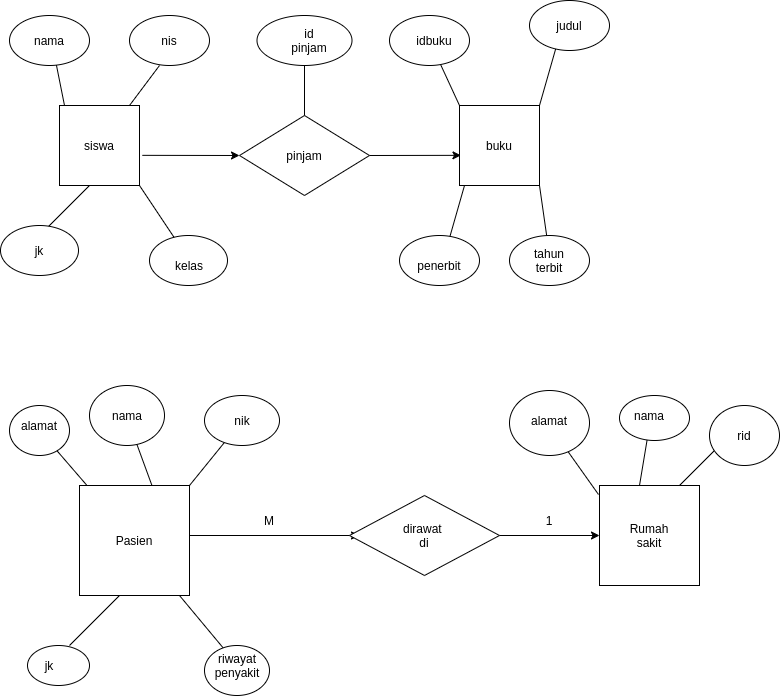
Earlier version of the draw.io export ERD-1to1.png (Bellukchips/basisdata). Source tidied: cells renumbered, new cells last; positions are measured from the earlier drawing's top-left corner, leaving out a move shared by most shapes.
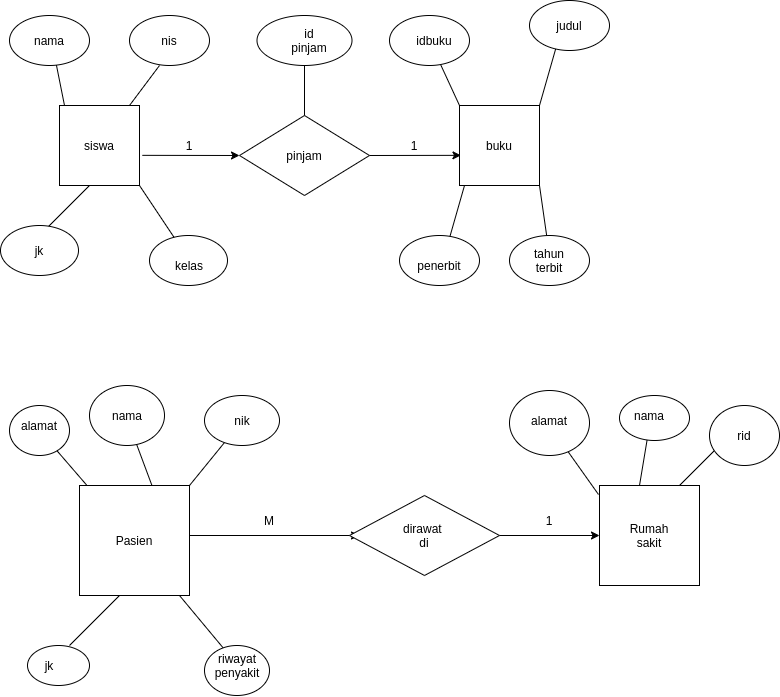
After the change.

What changed in the source:
```diff
@@ -251,5 +251,11 @@
     <mxCell id="70" value="id pinjam" style="text;html=1;strokeColor=none;fillColor=none;align=center;verticalAlign=middle;whiteSpace=wrap;rounded=0;" parent="1" vertex="1">
       <mxGeometry x="289" y="30" width="40" height="20" as="geometry" />
     </mxCell>
+    <mxCell id="71" value="1" style="text;html=1;strokeColor=none;fillColor=none;align=center;verticalAlign=middle;whiteSpace=wrap;rounded=0;" parent="1" vertex="1">
+      <mxGeometry x="169" y="135" width="40" height="20" as="geometry" />
+    </mxCell>
+    <mxCell id="72" value="1" style="text;html=1;strokeColor=none;fillColor=none;align=center;verticalAlign=middle;whiteSpace=wrap;rounded=0;" parent="1" vertex="1">
+      <mxGeometry x="394" y="135" width="40" height="20" as="geometry" />
+    </mxCell>
   </root>
 </mxGraphModel>
```
